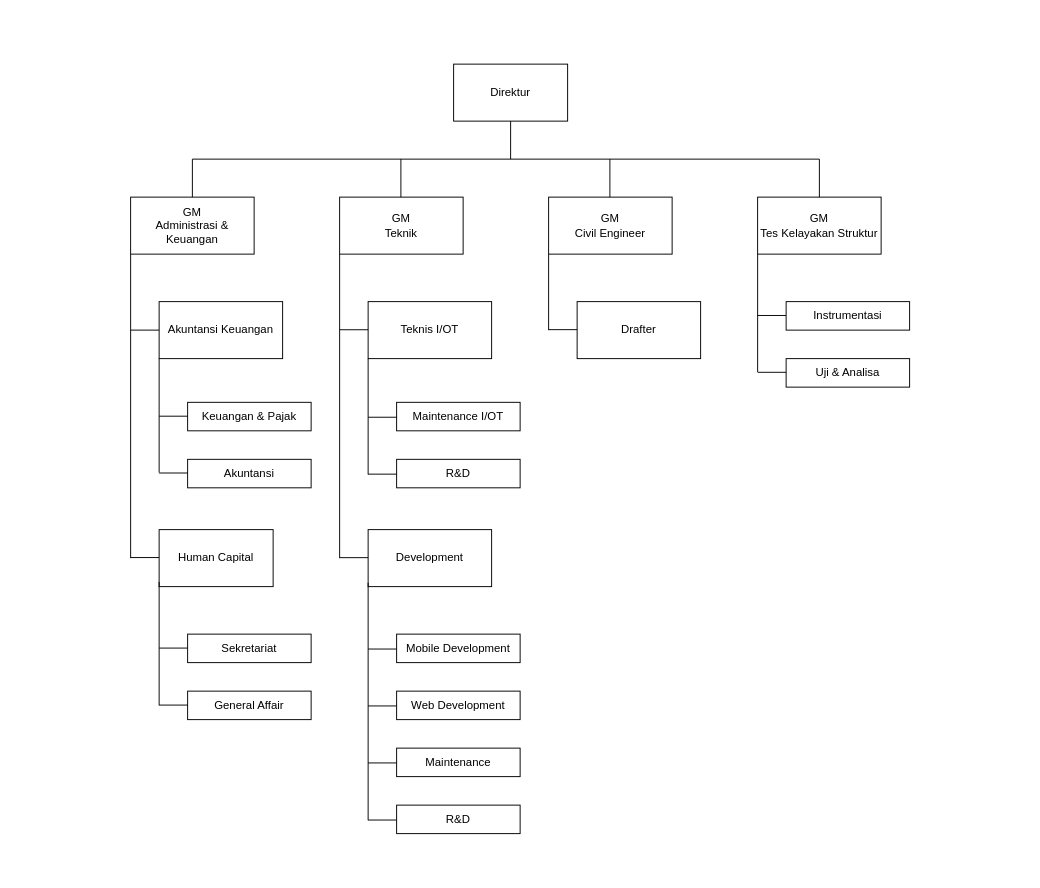
The draw.io diagram Untitled Dgram.drawio in farhanmz/GOLANG, before the edit. Source tidied: cells renumbered, new cells numbered last; positions are measured from the earlier drawing's top-left corner, leaving out a move shared by most shapes. Both pictures are drawn from the tidied source at 95%, with x=0, y=0 at pixel (130, 64).
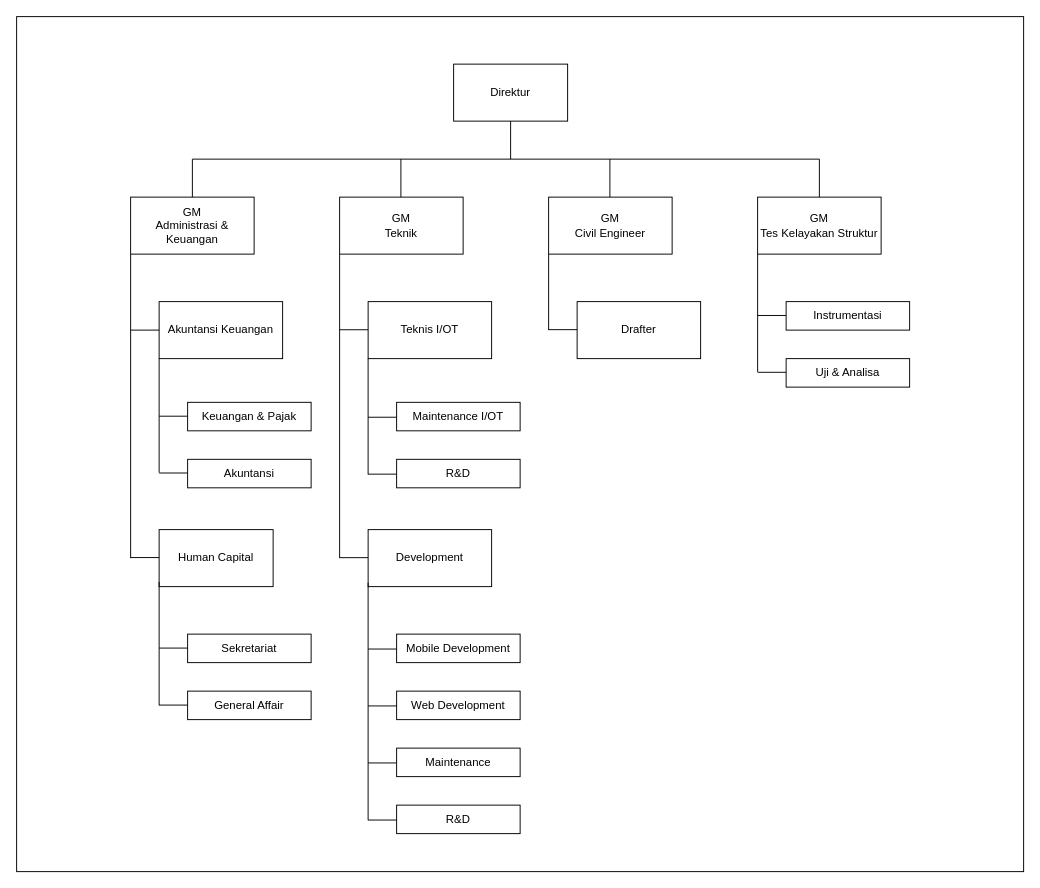
The same diagram, later.

Change to the diagram source:
```diff
@@
+    <mxCell id="55" style="rounded=0;whiteSpace=wrap;html=1;fontSize=12;" parent="1" vertex="1">
+      <mxGeometry x="-120" y="-50" width="1060" height="900" as="geometry" />
+    </mxCell>
```
